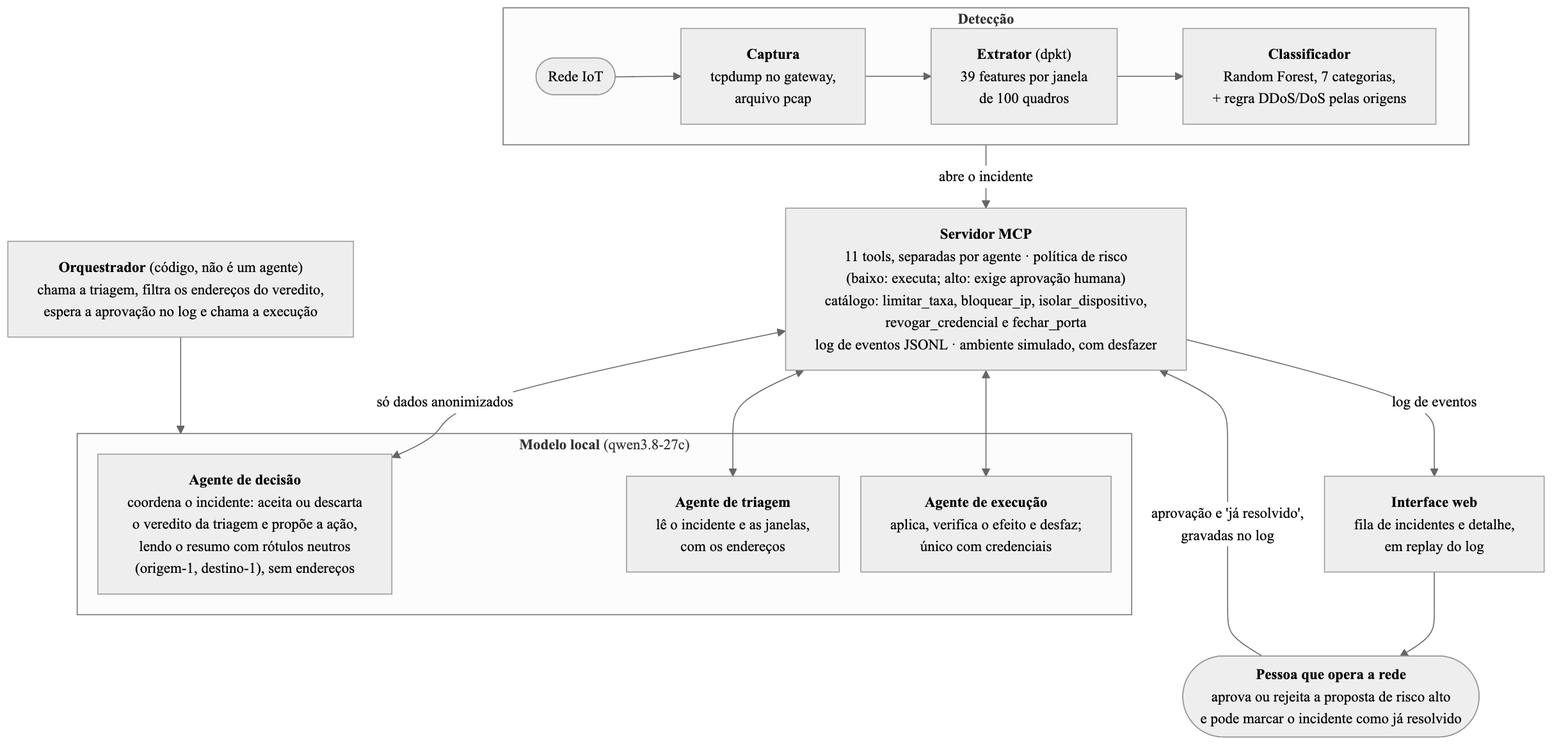
stermiix/SentryIoT keeps this Mermaid diagram as artigo/figuras/arquitetura.png. Above is the earlier version. Its source is kept beside it as artigo/figuras/arquitetura.mmd.
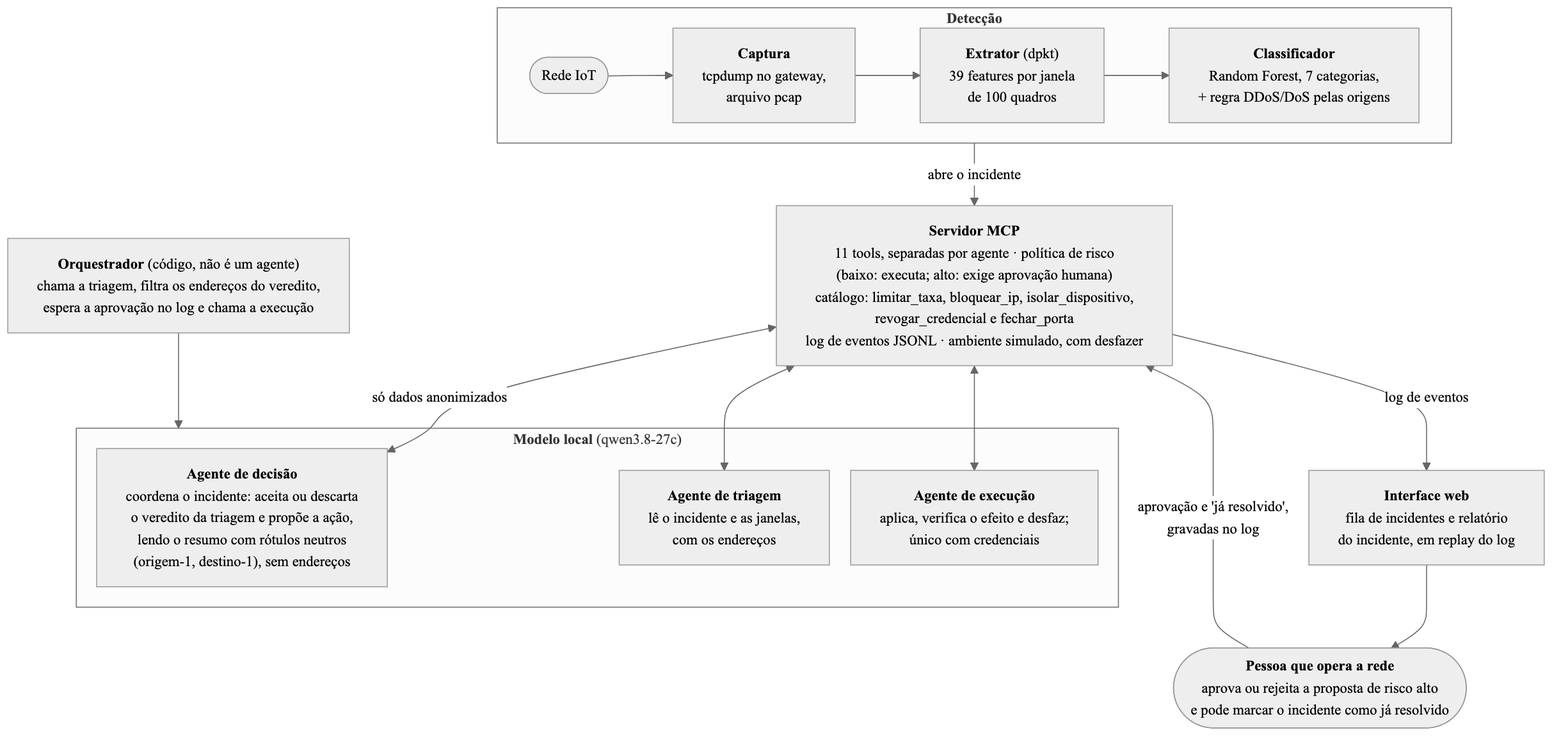
After the change.

Commit message:
Rastreabilidade: contribuição na Introdução, frase na Conclusão e o relatório do incidente na Figura 1

Change to the diagram source:
```diff
@@ -20,7 +20,7 @@
     orquestrador["<b>Orquestrador</b> (código, não é um agente)<br/>chama a triagem, filtra os endereços do veredito,<br/>espera a aprovação no log e chama a execução"]
 
     pessoa(["<b>Pessoa que opera a rede</b><br/>aprova ou rejeita a proposta de risco alto<br/>e pode marcar o incidente como já resolvido"])
-    interface["<b>Interface web</b><br/>fila de incidentes e detalhe,<br/>em replay do log"]
+    interface["<b>Interface web</b><br/>fila de incidentes e relatório<br/>do incidente, em replay do log"]
 
     deteccao -- "abre o incidente" --> mcp
     mcp <--> triagem
```
